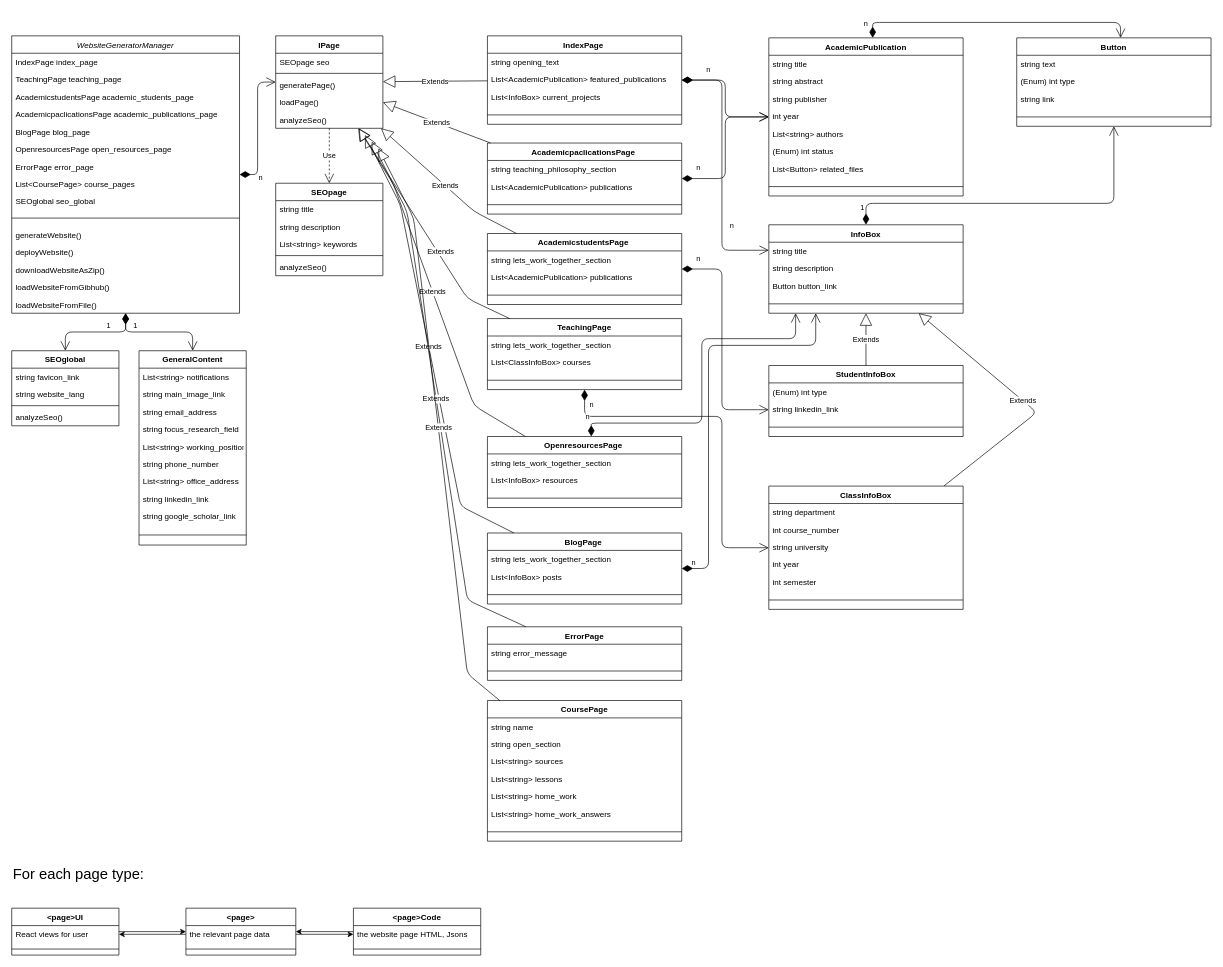
lecture-developer/lecture_website_app_generator keeps this draw.io diagram as lecture-website-generator-uml.drawio. Above is the earlier version. Source tidied: cells renumbered, new cells numbered last; positions are measured from the earlier drawing's top-left corner, leaving out a move shared by most shapes. Both pictures are drawn from the tidied source at 67%, with x=0, y=0 at pixel (11, 22).
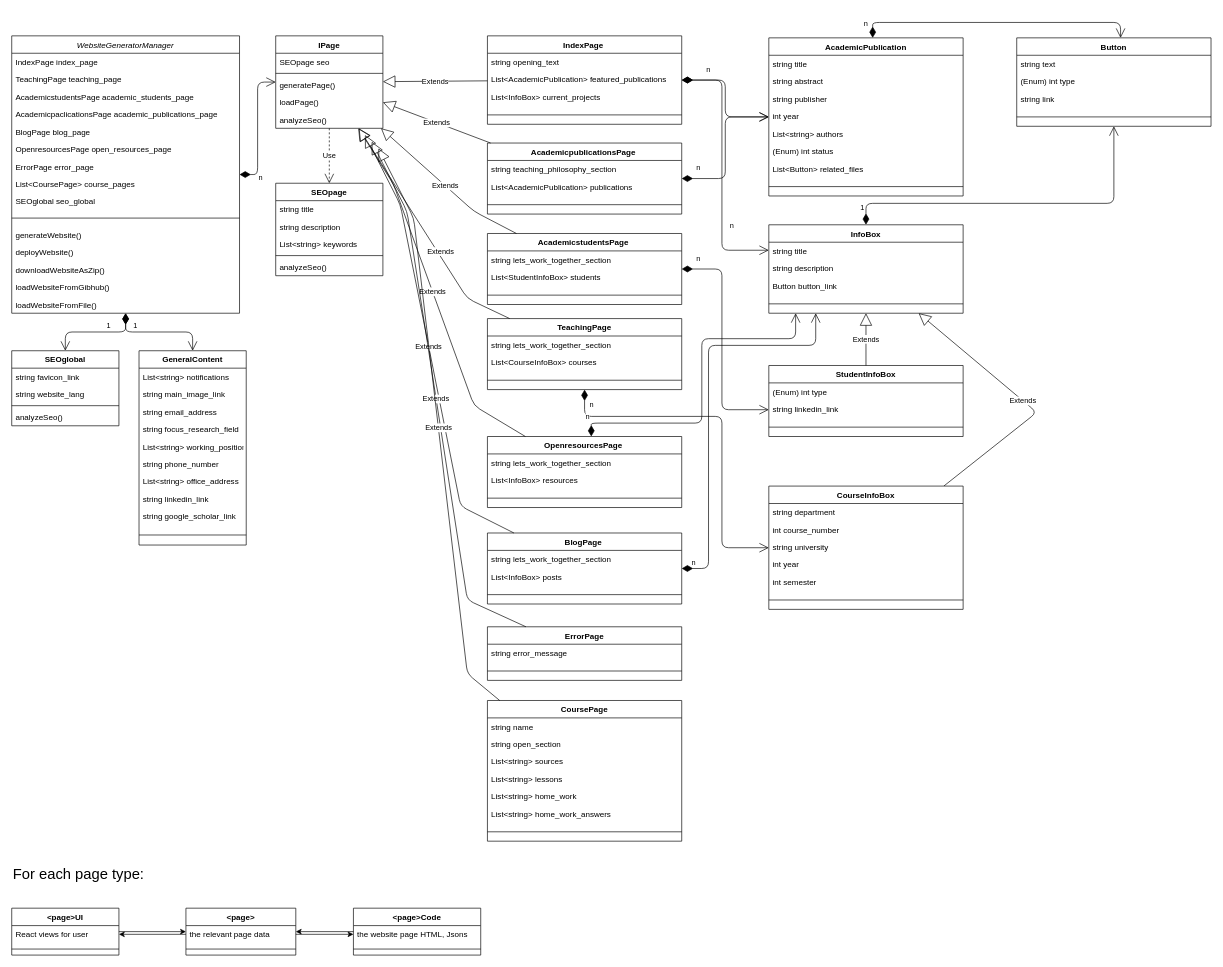
The same diagram, later.

Unchanged cells that the change refers to:
```xml
<mxCell id="85" value="AcademicstudentsPage " style="swimlane;fontStyle=1;align=center;verticalAlign=top;horizontal=1;startSize=26;" parent="1" vertex="1">
  <mxGeometry x="710" y="315" width="290" height="106" as="geometry" />
</mxCell>
<mxCell id="104" value="TeachingPage" style="swimlane;fontStyle=1;align=center;verticalAlign=top;horizontal=1;startSize=26;" parent="1" vertex="1">
  <mxGeometry x="710" y="442" width="290" height="106" as="geometry" />
</mxCell>
```

Change to the diagram source:
```diff
@@
-    <mxCell id="73" value="AcademicpaclicationsPage " style="swimlane;fontStyle=1;align=center;verticalAlign=top;horizontal=1;startSize=26;" parent="1" vertex="1">
+    <mxCell id="73" value="AcademicpublicationsPage " style="swimlane;fontStyle=1;align=center;verticalAlign=top;horizontal=1;startSize=26;" parent="1" vertex="1">
       <mxGeometry x="710" y="180" width="290" height="106" as="geometry" />
     </mxCell>
@@
-    <mxCell id="87" value="List&lt;AcademicPublication&gt; publications" style="text;strokeColor=none;fillColor=none;align=left;verticalAlign=top;spacingLeft=4;spacingRight=4;overflow=hidden;" parent="85" vertex="1">
+    <mxCell id="87" value="List&lt;StudentInfoBox&gt; students" style="text;strokeColor=none;fillColor=none;align=left;verticalAlign=top;spacingLeft=4;spacingRight=4;overflow=hidden;" parent="85" vertex="1">
       <mxGeometry y="52" width="290" height="26" as="geometry" />
     </mxCell>
@@
-    <mxCell id="97" value="ClassInfoBox" style="swimlane;fontStyle=1;align=center;verticalAlign=top;horizontal=1;startSize=26;" parent="1" vertex="1">
+    <mxCell id="97" value="CourseInfoBox" style="swimlane;fontStyle=1;align=center;verticalAlign=top;horizontal=1;startSize=26;" parent="1" vertex="1">
       <mxGeometry x="1130" y="692" width="290" height="184" as="geometry" />
     </mxCell>
@@
-    <mxCell id="106" value="List&lt;ClassInfoBox&gt; courses" style="text;strokeColor=none;fillColor=none;align=left;verticalAlign=top;spacingLeft=4;spacingRight=4;overflow=hidden;" parent="104" vertex="1">
+    <mxCell id="106" value="List&lt;CourseInfoBox&gt; courses" style="text;strokeColor=none;fillColor=none;align=left;verticalAlign=top;spacingLeft=4;spacingRight=4;overflow=hidden;" parent="104" vertex="1">
       <mxGeometry y="52" width="290" height="26" as="geometry" />
     </mxCell>
```
